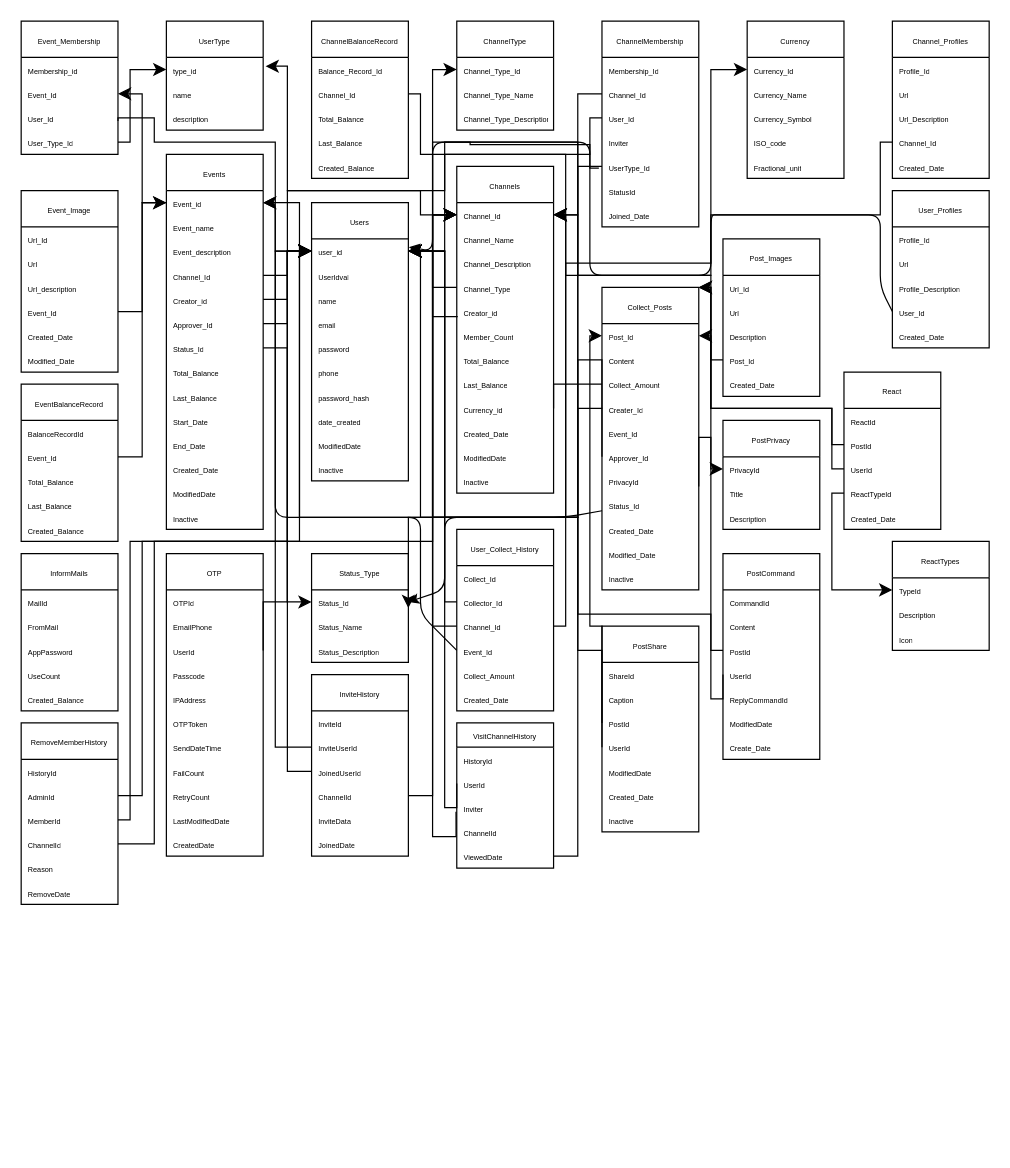
Before: page "SQL-TABLES" (1 of 6) of sql_graph.drawio in InnwaCommunity/KoiCoi, a draw.io diagram. Source tidied: cells renumbered, new cells numbered last; positions are measured from the earlier drawing's top-left corner, leaving out a move shared by most shapes. Both pictures are drawn from the tidied source at 121%, with x=0, y=0 at pixel (21, 21).
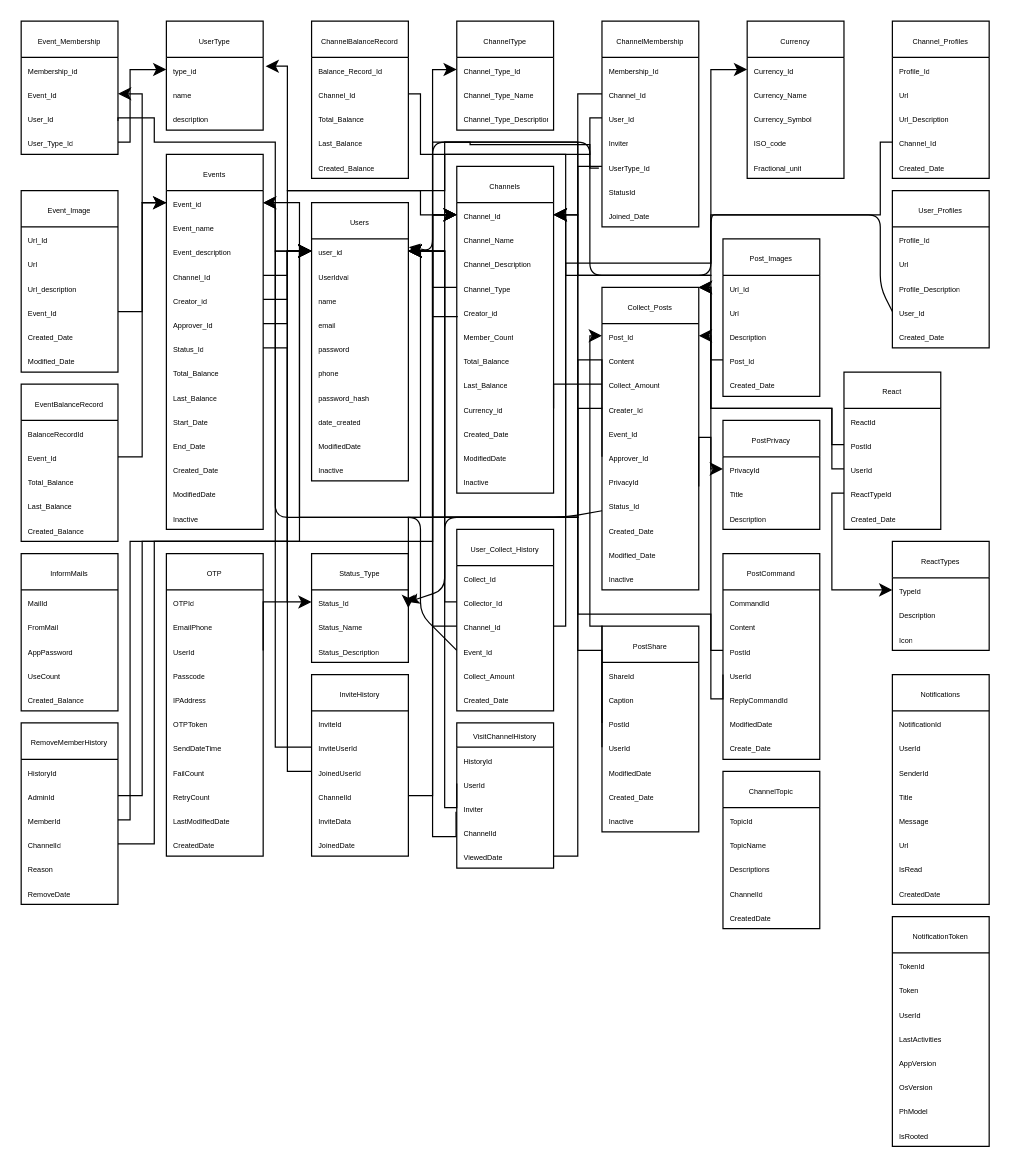
The same page after the edit.

Change to the diagram source:
```diff
@@
+    <mxCell id="242" value="&lt;span style=&quot;font-size: 6px;&quot;&gt;Notifications&lt;/span&gt;" style="swimlane;fontStyle=0;horizontal=1;startSize=30;whiteSpace=wrap;html=1;" parent="1" vertex="1">
+      <mxGeometry x="720" y="540" width="80" height="190" as="geometry" />
+    </mxCell>
+    <mxCell id="243" value="&lt;font style=&quot;font-size: 6px;&quot;&gt;NotificationId&lt;/font&gt;" style="text;strokeColor=none;fillColor=none;align=left;verticalAlign=middle;spacingLeft=4;spacingRight=4;overflow=hidden;whiteSpace=wrap;html=1;" parent="242" vertex="1">
+      <mxGeometry y="30" width="80" height="20" as="geometry" />
+    </mxCell>
+    <mxCell id="244" value="&lt;font style=&quot;font-size: 6px;&quot;&gt;UserId&lt;/font&gt;" style="text;strokeColor=none;fillColor=none;align=left;verticalAlign=middle;spacingLeft=4;spacingRight=4;overflow=hidden;whiteSpace=wrap;html=1;" parent="242" vertex="1">
+      <mxGeometry y="50" width="80" height="20" as="geometry" />
+    </mxCell>
+    <mxCell id="245" value="&lt;span style=&quot;font-size: 6px;&quot;&gt;SenderId&lt;/span&gt;" style="text;strokeColor=none;fillColor=none;align=left;verticalAlign=middle;spacingLeft=4;spacingRight=4;overflow=hidden;whiteSpace=wrap;html=1;" parent="242" vertex="1">
+      <mxGeometry y="70" width="80" height="20" as="geometry" />
+    </mxCell>
+    <mxCell id="246" value="&lt;span style=&quot;font-size: 6px;&quot;&gt;Title&lt;/span&gt;" style="text;strokeColor=none;fillColor=none;align=left;verticalAlign=middle;spacingLeft=4;spacingRight=4;overflow=hidden;whiteSpace=wrap;html=1;" parent="242" vertex="1">
+      <mxGeometry y="90" width="80" height="20" as="geometry" />
+    </mxCell>
+    <mxCell id="247" value="&lt;span style=&quot;font-size: 6px;&quot;&gt;Message&lt;/span&gt;" style="text;strokeColor=none;fillColor=none;align=left;verticalAlign=middle;spacingLeft=4;spacingRight=4;overflow=hidden;whiteSpace=wrap;html=1;" parent="242" vertex="1">
+      <mxGeometry y="110" width="80" height="20" as="geometry" />
+    </mxCell>
+    <mxCell id="248" value="&lt;span style=&quot;font-size: 6px;&quot;&gt;Url&lt;/span&gt;" style="text;strokeColor=none;fillColor=none;align=left;verticalAlign=middle;spacingLeft=4;spacingRight=4;overflow=hidden;whiteSpace=wrap;html=1;" parent="242" vertex="1">
+      <mxGeometry y="130" width="80" height="20" as="geometry" />
+    </mxCell>
+    <mxCell id="249" value="&lt;span style=&quot;font-size: 6px;&quot;&gt;IsRead&lt;/span&gt;" style="text;strokeColor=none;fillColor=none;align=left;verticalAlign=middle;spacingLeft=4;spacingRight=4;overflow=hidden;whiteSpace=wrap;html=1;" parent="242" vertex="1">
+      <mxGeometry y="150" width="80" height="20" as="geometry" />
+    </mxCell>
+    <mxCell id="250" value="&lt;span style=&quot;font-size: 6px;&quot;&gt;CreatedDate&lt;/span&gt;" style="text;strokeColor=none;fillColor=none;align=left;verticalAlign=middle;spacingLeft=4;spacingRight=4;overflow=hidden;whiteSpace=wrap;html=1;" parent="242" vertex="1">
+      <mxGeometry y="170" width="80" height="20" as="geometry" />
+    </mxCell>
+    <mxCell id="251" value="&lt;span style=&quot;font-size: 6px;&quot;&gt;ChannelTopic&lt;/span&gt;" style="swimlane;fontStyle=0;horizontal=1;startSize=30;whiteSpace=wrap;html=1;" parent="1" vertex="1">
+      <mxGeometry x="580" y="620" width="80" height="130" as="geometry" />
+    </mxCell>
+    <mxCell id="252" value="&lt;font style=&quot;font-size: 6px;&quot;&gt;TopicId&lt;/font&gt;" style="text;strokeColor=none;fillColor=none;align=left;verticalAlign=middle;spacingLeft=4;spacingRight=4;overflow=hidden;whiteSpace=wrap;html=1;" parent="251" vertex="1">
+      <mxGeometry y="30" width="80" height="20" as="geometry" />
+    </mxCell>
+    <mxCell id="253" value="&lt;font style=&quot;font-size: 6px;&quot;&gt;TopicName&lt;/font&gt;" style="text;strokeColor=none;fillColor=none;align=left;verticalAlign=middle;spacingLeft=4;spacingRight=4;overflow=hidden;whiteSpace=wrap;html=1;" parent="251" vertex="1">
+      <mxGeometry y="50" width="80" height="20" as="geometry" />
+    </mxCell>
+    <mxCell id="254" value="&lt;span style=&quot;font-size: 6px;&quot;&gt;Descriptions&lt;/span&gt;" style="text;strokeColor=none;fillColor=none;align=left;verticalAlign=middle;spacingLeft=4;spacingRight=4;overflow=hidden;whiteSpace=wrap;html=1;" parent="251" vertex="1">
+      <mxGeometry y="70" width="80" height="20" as="geometry" />
+    </mxCell>
+    <mxCell id="255" value="&lt;font style=&quot;font-size: 6px;&quot;&gt;ChannelId&lt;/font&gt;" style="text;strokeColor=none;fillColor=none;align=left;verticalAlign=middle;spacingLeft=4;spacingRight=4;overflow=hidden;whiteSpace=wrap;html=1;" parent="251" vertex="1">
+      <mxGeometry y="90" width="80" height="20" as="geometry" />
+    </mxCell>
+    <mxCell id="256" value="&lt;font style=&quot;font-size: 6px;&quot;&gt;CreatedDate&lt;/font&gt;" style="text;strokeColor=none;fillColor=none;align=left;verticalAlign=middle;spacingLeft=4;spacingRight=4;overflow=hidden;whiteSpace=wrap;html=1;" parent="251" vertex="1">
+      <mxGeometry y="110" width="80" height="20" as="geometry" />
+    </mxCell>
+    <mxCell id="257" value="&lt;span style=&quot;font-size: 6px;&quot;&gt;NotificationToken&lt;/span&gt;" style="swimlane;fontStyle=0;horizontal=1;startSize=30;whiteSpace=wrap;html=1;" parent="1" vertex="1">
+      <mxGeometry x="720" y="740" width="80" height="190" as="geometry" />
+    </mxCell>
+    <mxCell id="258" value="&lt;font style=&quot;font-size: 6px;&quot;&gt;TokenId&lt;/font&gt;" style="text;strokeColor=none;fillColor=none;align=left;verticalAlign=middle;spacingLeft=4;spacingRight=4;overflow=hidden;whiteSpace=wrap;html=1;" parent="257" vertex="1">
+      <mxGeometry y="30" width="80" height="20" as="geometry" />
+    </mxCell>
+    <mxCell id="259" value="&lt;font style=&quot;font-size: 6px;&quot;&gt;Token&lt;/font&gt;" style="text;strokeColor=none;fillColor=none;align=left;verticalAlign=middle;spacingLeft=4;spacingRight=4;overflow=hidden;whiteSpace=wrap;html=1;" parent="257" vertex="1">
+      <mxGeometry y="50" width="80" height="20" as="geometry" />
+    </mxCell>
+    <mxCell id="260" value="&lt;span style=&quot;font-size: 6px;&quot;&gt;UserId&lt;/span&gt;" style="text;strokeColor=none;fillColor=none;align=left;verticalAlign=middle;spacingLeft=4;spacingRight=4;overflow=hidden;whiteSpace=wrap;html=1;" parent="257" vertex="1">
+      <mxGeometry y="70" width="80" height="20" as="geometry" />
+    </mxCell>
+    <mxCell id="261" value="&lt;font style=&quot;font-size: 6px;&quot;&gt;LastActivities&lt;/font&gt;" style="text;strokeColor=none;fillColor=none;align=left;verticalAlign=middle;spacingLeft=4;spacingRight=4;overflow=hidden;whiteSpace=wrap;html=1;" parent="257" vertex="1">
+      <mxGeometry y="90" width="80" height="20" as="geometry" />
+    </mxCell>
+    <mxCell id="262" value="&lt;font style=&quot;font-size: 6px;&quot;&gt;AppVersion&lt;/font&gt;" style="text;strokeColor=none;fillColor=none;align=left;verticalAlign=middle;spacingLeft=4;spacingRight=4;overflow=hidden;whiteSpace=wrap;html=1;" parent="257" vertex="1">
+      <mxGeometry y="110" width="80" height="20" as="geometry" />
+    </mxCell>
+    <mxCell id="263" value="&lt;font style=&quot;font-size: 6px;&quot;&gt;OsVersion&lt;/font&gt;" style="text;strokeColor=none;fillColor=none;align=left;verticalAlign=middle;spacingLeft=4;spacingRight=4;overflow=hidden;whiteSpace=wrap;html=1;" parent="257" vertex="1">
+      <mxGeometry y="130" width="80" height="20" as="geometry" />
+    </mxCell>
+    <mxCell id="264" value="&lt;font style=&quot;font-size: 6px;&quot;&gt;PhModel&lt;/font&gt;" style="text;strokeColor=none;fillColor=none;align=left;verticalAlign=middle;spacingLeft=4;spacingRight=4;overflow=hidden;whiteSpace=wrap;html=1;" parent="257" vertex="1">
+      <mxGeometry y="150" width="80" height="20" as="geometry" />
+    </mxCell>
+    <mxCell id="265" value="&lt;font style=&quot;font-size: 6px;&quot;&gt;IsRooted&lt;/font&gt;" style="text;strokeColor=none;fillColor=none;align=left;verticalAlign=middle;spacingLeft=4;spacingRight=4;overflow=hidden;whiteSpace=wrap;html=1;" parent="257" vertex="1">
+      <mxGeometry y="170" width="80" height="20" as="geometry" />
+    </mxCell>
```
